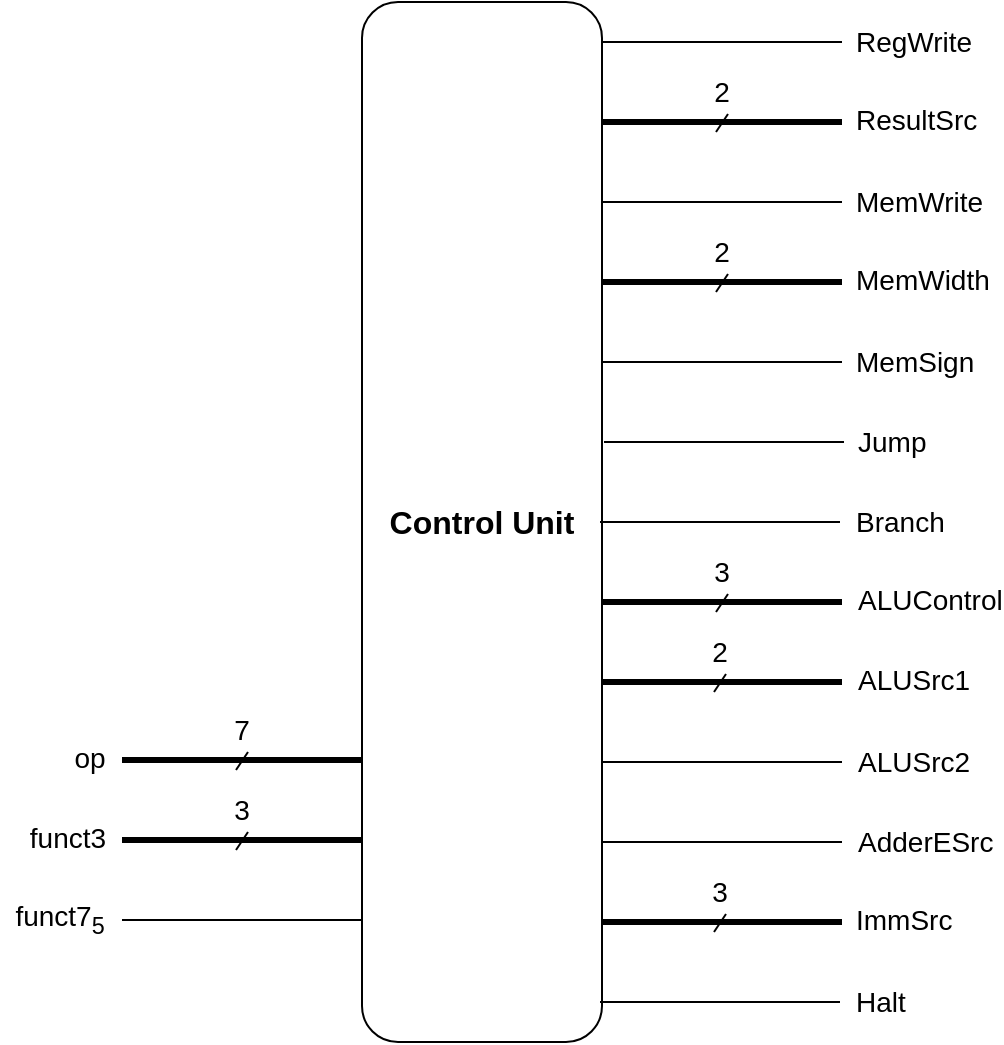
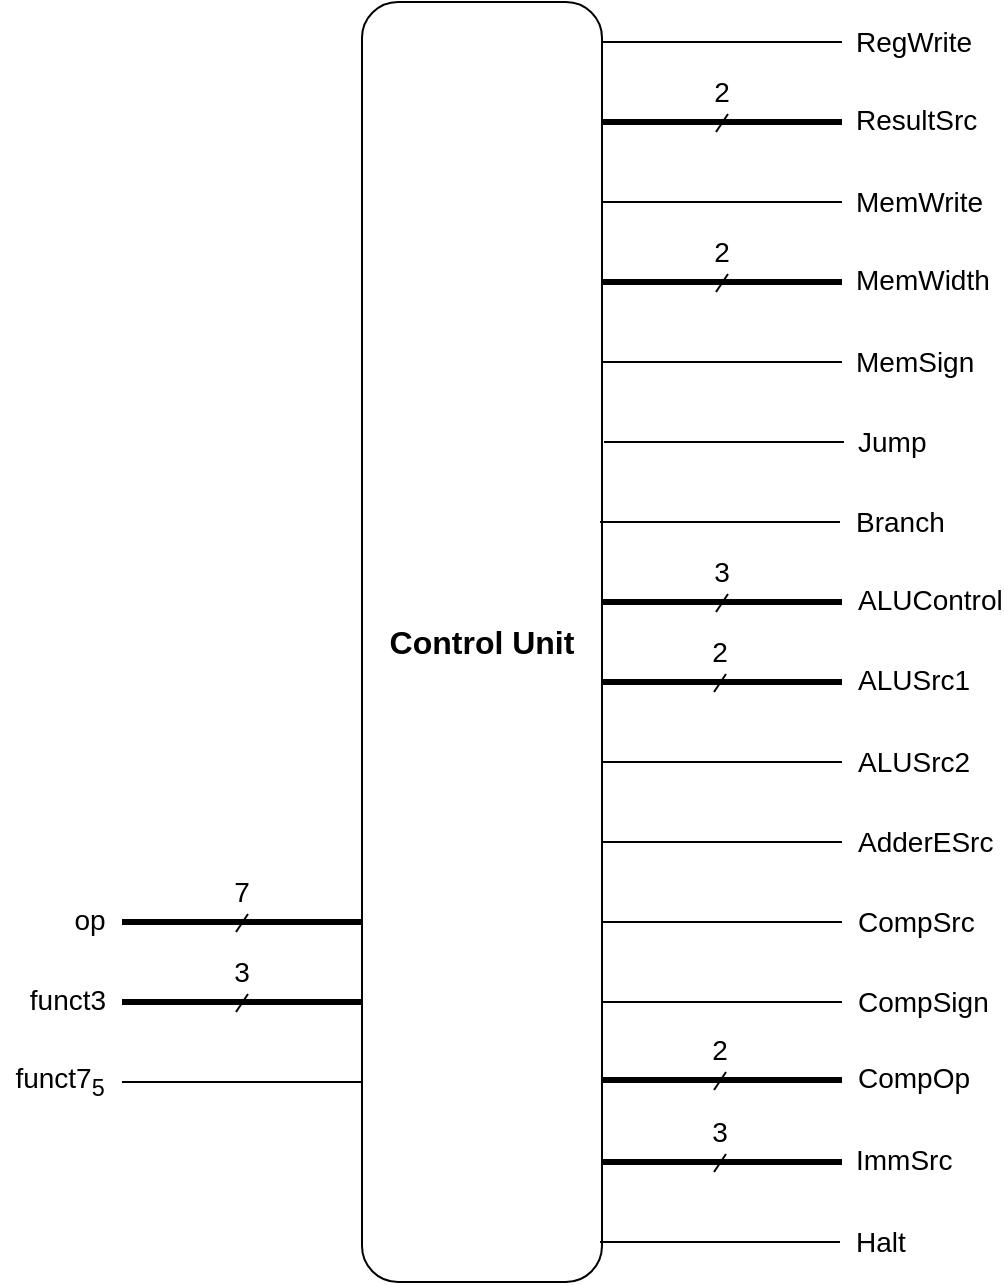
<mxfile host="app.diagrams.net">
  <diagram name="Page-1" id="-NnfKiJvbPKrT3zgwIyx">
    <mxGraphModel dx="1178" dy="720" grid="1" gridSize="10" guides="1" tooltips="1" connect="1" arrows="1" fold="1" page="1" pageScale="1" pageWidth="850" pageHeight="1100" math="0" shadow="0">
      <root>
        <mxCell id="0" />
        <mxCell id="1" parent="0" />
        <mxCell id="krjnHVCNeh8fbVdGnYjQ-1" parent="1" style="rounded=1;whiteSpace=wrap;html=1;" value="&lt;font style=&quot;font-size: 16px;&quot;&gt;&lt;b&gt;Control Unit&lt;/b&gt;&lt;/font&gt;" vertex="1">
-           <mxGeometry height="520" width="120" x="340" y="20" as="geometry" />
+           <mxGeometry height="640" width="120" x="340" y="20" as="geometry" />
        </mxCell>
        <mxCell id="krjnHVCNeh8fbVdGnYjQ-13" connectable="0" parent="1" style="group" value="" vertex="1">
-           <mxGeometry height="44" width="140" x="170" y="369" as="geometry" />
+           <mxGeometry height="44" width="140" x="170" y="450" as="geometry" />
        </mxCell>
        <mxCell id="krjnHVCNeh8fbVdGnYjQ-2" edge="1" parent="krjnHVCNeh8fbVdGnYjQ-13" style="endArrow=none;html=1;rounded=0;strokeWidth=3;" value="">
          <mxGeometry height="50" relative="1" width="50" as="geometry">
            <mxPoint x="50" y="30" as="sourcePoint" />
            <mxPoint x="170" y="30" as="targetPoint" />
          </mxGeometry>
        </mxCell>
        <mxCell id="krjnHVCNeh8fbVdGnYjQ-5" parent="krjnHVCNeh8fbVdGnYjQ-13" style="text;html=1;whiteSpace=wrap;strokeColor=none;fillColor=none;align=center;verticalAlign=middle;rounded=0;fontSize=14;" value="&lt;font&gt;op&lt;/font&gt;" vertex="1">
          <mxGeometry height="30" width="60" x="4" y="14" as="geometry" />
        </mxCell>
        <mxCell id="krjnHVCNeh8fbVdGnYjQ-7" parent="krjnHVCNeh8fbVdGnYjQ-13" style="text;html=1;whiteSpace=wrap;strokeColor=none;fillColor=none;align=center;verticalAlign=middle;rounded=0;" value="&lt;font style=&quot;font-size: 14px;&quot;&gt;7&lt;/font&gt;" vertex="1">
          <mxGeometry height="30" width="60" x="80" as="geometry" />
        </mxCell>
        <mxCell id="krjnHVCNeh8fbVdGnYjQ-10" edge="1" parent="krjnHVCNeh8fbVdGnYjQ-13" style="endArrow=none;html=1;rounded=0;strokeWidth=1;" value="">
          <mxGeometry height="50" relative="1" width="50" as="geometry">
            <mxPoint x="107" y="35" as="sourcePoint" />
            <mxPoint x="113" y="26" as="targetPoint" />
          </mxGeometry>
        </mxCell>
        <mxCell id="krjnHVCNeh8fbVdGnYjQ-14" connectable="0" parent="1" style="group" value="" vertex="1">
-           <mxGeometry height="44" width="140" x="170" y="409" as="geometry" />
+           <mxGeometry height="44" width="140" x="170" y="490" as="geometry" />
        </mxCell>
        <mxCell id="krjnHVCNeh8fbVdGnYjQ-15" edge="1" parent="krjnHVCNeh8fbVdGnYjQ-14" style="endArrow=none;html=1;rounded=0;strokeWidth=3;" value="">
          <mxGeometry height="50" relative="1" width="50" as="geometry">
            <mxPoint x="50" y="30" as="sourcePoint" />
            <mxPoint x="170" y="30" as="targetPoint" />
          </mxGeometry>
        </mxCell>
        <mxCell id="krjnHVCNeh8fbVdGnYjQ-16" parent="krjnHVCNeh8fbVdGnYjQ-14" style="text;html=1;whiteSpace=wrap;strokeColor=none;fillColor=none;align=center;verticalAlign=middle;rounded=0;fontSize=14;" value="&lt;font&gt;funct3&lt;/font&gt;" vertex="1">
          <mxGeometry height="30" width="60" x="-7" y="14" as="geometry" />
        </mxCell>
        <mxCell id="krjnHVCNeh8fbVdGnYjQ-17" parent="krjnHVCNeh8fbVdGnYjQ-14" style="text;html=1;whiteSpace=wrap;strokeColor=none;fillColor=none;align=center;verticalAlign=middle;rounded=0;" value="&lt;font style=&quot;font-size: 14px;&quot;&gt;3&lt;/font&gt;" vertex="1">
          <mxGeometry height="30" width="60" x="80" as="geometry" />
        </mxCell>
        <mxCell id="krjnHVCNeh8fbVdGnYjQ-18" edge="1" parent="krjnHVCNeh8fbVdGnYjQ-14" style="endArrow=none;html=1;rounded=0;strokeWidth=1;" value="">
          <mxGeometry height="50" relative="1" width="50" as="geometry">
            <mxPoint x="107" y="35" as="sourcePoint" />
            <mxPoint x="113" y="26" as="targetPoint" />
          </mxGeometry>
        </mxCell>
        <mxCell id="krjnHVCNeh8fbVdGnYjQ-19" connectable="0" parent="1" style="group" value="" vertex="1">
-           <mxGeometry height="44" width="140" x="170" y="449" as="geometry" />
+           <mxGeometry height="44" width="140" x="170" y="530" as="geometry" />
        </mxCell>
        <mxCell id="krjnHVCNeh8fbVdGnYjQ-20" edge="1" parent="krjnHVCNeh8fbVdGnYjQ-19" style="endArrow=none;html=1;rounded=0;strokeWidth=1;" value="">
          <mxGeometry height="50" relative="1" width="50" as="geometry">
            <mxPoint x="50" y="30" as="sourcePoint" />
            <mxPoint x="170" y="30" as="targetPoint" />
          </mxGeometry>
        </mxCell>
        <mxCell id="krjnHVCNeh8fbVdGnYjQ-21" parent="krjnHVCNeh8fbVdGnYjQ-19" style="text;html=1;whiteSpace=wrap;strokeColor=none;fillColor=none;align=center;verticalAlign=middle;rounded=0;fontSize=14;" value="&lt;font&gt;funct7&lt;sub&gt;5&lt;/sub&gt;&lt;/font&gt;" vertex="1">
          <mxGeometry height="30" width="60" x="-11" y="14" as="geometry" />
        </mxCell>
        <mxCell id="krjnHVCNeh8fbVdGnYjQ-29" parent="1" style="text;html=1;whiteSpace=wrap;strokeColor=none;fillColor=none;align=left;verticalAlign=middle;rounded=0;fontSize=14;" value="&lt;font&gt;ResultSrc&lt;/font&gt;" vertex="1">
          <mxGeometry height="30" width="60" x="585" y="64" as="geometry" />
        </mxCell>
        <mxCell id="krjnHVCNeh8fbVdGnYjQ-32" connectable="0" parent="1" style="group" value="" vertex="1">
          <mxGeometry height="30" width="60" x="490" y="50" as="geometry" />
        </mxCell>
        <mxCell id="krjnHVCNeh8fbVdGnYjQ-28" edge="1" parent="krjnHVCNeh8fbVdGnYjQ-32" style="endArrow=none;html=1;rounded=0;strokeWidth=3;" value="">
          <mxGeometry height="50" relative="1" width="50" as="geometry">
            <mxPoint x="-30" y="30" as="sourcePoint" />
            <mxPoint x="90" y="30" as="targetPoint" />
          </mxGeometry>
        </mxCell>
        <mxCell id="krjnHVCNeh8fbVdGnYjQ-30" parent="krjnHVCNeh8fbVdGnYjQ-32" style="text;html=1;whiteSpace=wrap;strokeColor=none;fillColor=none;align=center;verticalAlign=middle;rounded=0;" value="&lt;font style=&quot;font-size: 14px;&quot;&gt;2&lt;/font&gt;" vertex="1">
          <mxGeometry height="30" width="60" as="geometry" />
        </mxCell>
        <mxCell id="krjnHVCNeh8fbVdGnYjQ-31" edge="1" parent="krjnHVCNeh8fbVdGnYjQ-32" style="endArrow=none;html=1;rounded=0;strokeWidth=1;" value="">
          <mxGeometry height="50" relative="1" width="50" as="geometry">
            <mxPoint x="27" y="35" as="sourcePoint" />
            <mxPoint x="33" y="26" as="targetPoint" />
          </mxGeometry>
        </mxCell>
        <mxCell id="krjnHVCNeh8fbVdGnYjQ-34" connectable="0" parent="1" style="group" value="" vertex="1">
          <mxGeometry height="30" width="60" x="586" y="25" as="geometry" />
        </mxCell>
        <mxCell id="krjnHVCNeh8fbVdGnYjQ-25" edge="1" parent="krjnHVCNeh8fbVdGnYjQ-34" style="endArrow=none;html=1;rounded=0;strokeWidth=1;" value="">
          <mxGeometry height="50" relative="1" width="50" as="geometry">
            <mxPoint x="-126" y="15" as="sourcePoint" />
            <mxPoint x="-6" y="15" as="targetPoint" />
          </mxGeometry>
        </mxCell>
        <mxCell id="krjnHVCNeh8fbVdGnYjQ-26" parent="krjnHVCNeh8fbVdGnYjQ-34" style="text;html=1;whiteSpace=wrap;strokeColor=none;fillColor=none;align=center;verticalAlign=middle;rounded=0;fontSize=14;" value="RegWrite" vertex="1">
          <mxGeometry height="30" width="60" as="geometry" />
        </mxCell>
        <mxCell id="krjnHVCNeh8fbVdGnYjQ-35" connectable="0" parent="1" style="group;align=left;" value="" vertex="1">
          <mxGeometry height="30" width="60" x="585" y="105" as="geometry" />
        </mxCell>
        <mxCell id="krjnHVCNeh8fbVdGnYjQ-36" edge="1" parent="krjnHVCNeh8fbVdGnYjQ-35" style="endArrow=none;html=1;rounded=0;strokeWidth=1;" value="">
          <mxGeometry height="50" relative="1" width="50" as="geometry">
            <mxPoint x="-125" y="15" as="sourcePoint" />
            <mxPoint x="-5" y="15" as="targetPoint" />
          </mxGeometry>
        </mxCell>
        <mxCell id="krjnHVCNeh8fbVdGnYjQ-37" parent="krjnHVCNeh8fbVdGnYjQ-35" style="text;html=1;whiteSpace=wrap;strokeColor=none;fillColor=none;align=left;verticalAlign=middle;rounded=0;fontSize=14;" value="MemWrite" vertex="1">
          <mxGeometry height="30" width="60" as="geometry" />
        </mxCell>
        <mxCell id="krjnHVCNeh8fbVdGnYjQ-38" connectable="0" parent="1" style="group;align=left;" value="" vertex="1">
          <mxGeometry height="30" width="60" x="587" y="225" as="geometry" />
        </mxCell>
        <mxCell id="krjnHVCNeh8fbVdGnYjQ-39" edge="1" parent="krjnHVCNeh8fbVdGnYjQ-38" style="endArrow=none;html=1;rounded=0;strokeWidth=1;" value="">
          <mxGeometry height="50" relative="1" width="50" as="geometry">
            <mxPoint x="-126" y="15" as="sourcePoint" />
            <mxPoint x="-6" y="15" as="targetPoint" />
          </mxGeometry>
        </mxCell>
        <mxCell id="krjnHVCNeh8fbVdGnYjQ-40" parent="krjnHVCNeh8fbVdGnYjQ-38" style="text;html=1;whiteSpace=wrap;strokeColor=none;fillColor=none;align=left;verticalAlign=middle;rounded=0;fontSize=14;" value="Jump" vertex="1">
          <mxGeometry height="30" width="60" x="-1" as="geometry" />
        </mxCell>
        <mxCell id="krjnHVCNeh8fbVdGnYjQ-41" connectable="0" parent="1" style="group;align=left;" value="" vertex="1">
          <mxGeometry height="30" width="60" x="585" y="265" as="geometry" />
        </mxCell>
        <mxCell id="krjnHVCNeh8fbVdGnYjQ-42" edge="1" parent="krjnHVCNeh8fbVdGnYjQ-41" style="endArrow=none;html=1;rounded=0;strokeWidth=1;" value="">
          <mxGeometry height="50" relative="1" width="50" as="geometry">
            <mxPoint x="-126" y="15" as="sourcePoint" />
            <mxPoint x="-6" y="15" as="targetPoint" />
          </mxGeometry>
        </mxCell>
        <mxCell id="krjnHVCNeh8fbVdGnYjQ-43" parent="krjnHVCNeh8fbVdGnYjQ-41" style="text;html=1;whiteSpace=wrap;strokeColor=none;fillColor=none;align=left;verticalAlign=middle;rounded=0;fontSize=14;" value="Branch" vertex="1">
          <mxGeometry height="30" width="60" as="geometry" />
        </mxCell>
        <mxCell id="krjnHVCNeh8fbVdGnYjQ-47" parent="1" style="text;html=1;whiteSpace=wrap;strokeColor=none;fillColor=none;align=left;verticalAlign=middle;rounded=0;fontSize=14;" value="&lt;font&gt;ALUControl&lt;/font&gt;" vertex="1">
          <mxGeometry height="30" width="60" x="586" y="304" as="geometry" />
        </mxCell>
        <mxCell id="krjnHVCNeh8fbVdGnYjQ-48" connectable="0" parent="1" style="group" value="" vertex="1">
          <mxGeometry height="30" width="60" x="490" y="290" as="geometry" />
        </mxCell>
        <mxCell id="krjnHVCNeh8fbVdGnYjQ-49" edge="1" parent="krjnHVCNeh8fbVdGnYjQ-48" style="endArrow=none;html=1;rounded=0;strokeWidth=3;" value="">
          <mxGeometry height="50" relative="1" width="50" as="geometry">
            <mxPoint x="-30" y="30" as="sourcePoint" />
            <mxPoint x="90" y="30" as="targetPoint" />
          </mxGeometry>
        </mxCell>
        <mxCell id="krjnHVCNeh8fbVdGnYjQ-50" parent="krjnHVCNeh8fbVdGnYjQ-48" style="text;html=1;whiteSpace=wrap;strokeColor=none;fillColor=none;align=center;verticalAlign=middle;rounded=0;" value="&lt;font style=&quot;font-size: 14px;&quot;&gt;3&lt;/font&gt;" vertex="1">
          <mxGeometry height="30" width="60" as="geometry" />
        </mxCell>
        <mxCell id="krjnHVCNeh8fbVdGnYjQ-51" edge="1" parent="krjnHVCNeh8fbVdGnYjQ-48" style="endArrow=none;html=1;rounded=0;strokeWidth=1;" value="">
          <mxGeometry height="50" relative="1" width="50" as="geometry">
            <mxPoint x="27" y="35" as="sourcePoint" />
            <mxPoint x="33" y="26" as="targetPoint" />
          </mxGeometry>
        </mxCell>
        <mxCell id="krjnHVCNeh8fbVdGnYjQ-55" connectable="0" parent="1" style="group;align=left;" value="" vertex="1">
          <mxGeometry height="30" width="60" x="586" y="385" as="geometry" />
        </mxCell>
        <mxCell id="krjnHVCNeh8fbVdGnYjQ-56" edge="1" parent="krjnHVCNeh8fbVdGnYjQ-55" style="endArrow=none;html=1;rounded=0;strokeWidth=1;" value="">
          <mxGeometry height="50" relative="1" width="50" as="geometry">
            <mxPoint x="-126" y="15" as="sourcePoint" />
            <mxPoint x="-6" y="15" as="targetPoint" />
          </mxGeometry>
        </mxCell>
        <mxCell id="krjnHVCNeh8fbVdGnYjQ-57" parent="krjnHVCNeh8fbVdGnYjQ-55" style="text;html=1;whiteSpace=wrap;strokeColor=none;fillColor=none;align=left;verticalAlign=middle;rounded=0;fontSize=14;" value="ALUSrc2" vertex="1">
          <mxGeometry height="30" width="60" as="geometry" />
        </mxCell>
        <mxCell id="krjnHVCNeh8fbVdGnYjQ-61" parent="1" style="text;html=1;whiteSpace=wrap;strokeColor=none;fillColor=none;align=left;verticalAlign=middle;rounded=0;fontSize=14;" value="&lt;font&gt;ImmSrc&lt;/font&gt;" vertex="1">
-           <mxGeometry height="30" width="60" x="585" y="464" as="geometry" />
+           <mxGeometry height="30" width="60" x="585" y="584" as="geometry" />
        </mxCell>
        <mxCell id="krjnHVCNeh8fbVdGnYjQ-62" connectable="0" parent="1" style="group" value="" vertex="1">
-           <mxGeometry height="30" width="60" x="489" y="450" as="geometry" />
+           <mxGeometry height="30" width="60" x="489" y="570" as="geometry" />
        </mxCell>
        <mxCell id="krjnHVCNeh8fbVdGnYjQ-63" edge="1" parent="krjnHVCNeh8fbVdGnYjQ-62" style="endArrow=none;html=1;rounded=0;strokeWidth=3;" value="">
          <mxGeometry height="50" relative="1" width="50" as="geometry">
            <mxPoint x="-29" y="30" as="sourcePoint" />
            <mxPoint x="91" y="30" as="targetPoint" />
          </mxGeometry>
        </mxCell>
        <mxCell id="krjnHVCNeh8fbVdGnYjQ-64" parent="krjnHVCNeh8fbVdGnYjQ-62" style="text;html=1;whiteSpace=wrap;strokeColor=none;fillColor=none;align=center;verticalAlign=middle;rounded=0;" value="&lt;font style=&quot;font-size: 14px;&quot;&gt;3&lt;/font&gt;" vertex="1">
          <mxGeometry height="30" width="60" as="geometry" />
        </mxCell>
        <mxCell id="krjnHVCNeh8fbVdGnYjQ-65" edge="1" parent="krjnHVCNeh8fbVdGnYjQ-62" style="endArrow=none;html=1;rounded=0;strokeWidth=1;" value="">
          <mxGeometry height="50" relative="1" width="50" as="geometry">
            <mxPoint x="27" y="35" as="sourcePoint" />
            <mxPoint x="33" y="26" as="targetPoint" />
          </mxGeometry>
        </mxCell>
        <mxCell id="krjnHVCNeh8fbVdGnYjQ-70" parent="1" style="text;html=1;whiteSpace=wrap;strokeColor=none;fillColor=none;align=left;verticalAlign=middle;rounded=0;fontSize=14;" value="&lt;font&gt;ALUSrc1&lt;/font&gt;" vertex="1">
          <mxGeometry height="30" width="60" x="586" y="344" as="geometry" />
        </mxCell>
        <mxCell id="krjnHVCNeh8fbVdGnYjQ-71" edge="1" parent="1" style="endArrow=none;html=1;rounded=0;strokeWidth=3;" value="">
          <mxGeometry height="50" relative="1" width="50" as="geometry">
            <mxPoint x="460" y="360" as="sourcePoint" />
            <mxPoint x="580" y="360" as="targetPoint" />
          </mxGeometry>
        </mxCell>
        <mxCell id="krjnHVCNeh8fbVdGnYjQ-72" parent="1" style="text;html=1;whiteSpace=wrap;strokeColor=none;fillColor=none;align=center;verticalAlign=middle;rounded=0;" value="&lt;font style=&quot;font-size: 14px;&quot;&gt;2&lt;/font&gt;" vertex="1">
          <mxGeometry height="30" width="60" x="489" y="330" as="geometry" />
        </mxCell>
        <mxCell id="krjnHVCNeh8fbVdGnYjQ-73" edge="1" parent="1" style="endArrow=none;html=1;rounded=0;strokeWidth=1;" value="">
          <mxGeometry height="50" relative="1" width="50" as="geometry">
            <mxPoint x="516" y="365" as="sourcePoint" />
            <mxPoint x="522" y="356" as="targetPoint" />
          </mxGeometry>
        </mxCell>
        <mxCell id="krjnHVCNeh8fbVdGnYjQ-74" parent="1" style="text;html=1;whiteSpace=wrap;strokeColor=none;fillColor=none;align=left;verticalAlign=middle;rounded=0;fontSize=14;" value="&lt;font&gt;MemWidth&lt;/font&gt;" vertex="1">
          <mxGeometry height="30" width="60" x="585" y="144" as="geometry" />
        </mxCell>
        <mxCell id="krjnHVCNeh8fbVdGnYjQ-75" edge="1" parent="1" style="endArrow=none;html=1;rounded=0;strokeWidth=3;" value="">
          <mxGeometry height="50" relative="1" width="50" as="geometry">
            <mxPoint x="460" y="160" as="sourcePoint" />
            <mxPoint x="580" y="160" as="targetPoint" />
          </mxGeometry>
        </mxCell>
        <mxCell id="krjnHVCNeh8fbVdGnYjQ-76" parent="1" style="text;html=1;whiteSpace=wrap;strokeColor=none;fillColor=none;align=center;verticalAlign=middle;rounded=0;" value="&lt;font style=&quot;font-size: 14px;&quot;&gt;2&lt;/font&gt;" vertex="1">
          <mxGeometry height="30" width="60" x="490" y="130" as="geometry" />
        </mxCell>
        <mxCell id="krjnHVCNeh8fbVdGnYjQ-77" edge="1" parent="1" style="endArrow=none;html=1;rounded=0;strokeWidth=1;" value="">
          <mxGeometry height="50" relative="1" width="50" as="geometry">
            <mxPoint x="517" y="165" as="sourcePoint" />
            <mxPoint x="523" y="156" as="targetPoint" />
          </mxGeometry>
        </mxCell>
        <mxCell id="krjnHVCNeh8fbVdGnYjQ-78" edge="1" parent="1" style="endArrow=none;html=1;rounded=0;strokeWidth=1;" value="">
          <mxGeometry height="50" relative="1" width="50" as="geometry">
            <mxPoint x="460" y="200" as="sourcePoint" />
            <mxPoint x="580" y="200" as="targetPoint" />
          </mxGeometry>
        </mxCell>
        <mxCell id="krjnHVCNeh8fbVdGnYjQ-79" parent="1" style="text;html=1;whiteSpace=wrap;strokeColor=none;fillColor=none;align=left;verticalAlign=middle;rounded=0;fontSize=14;" value="MemSign" vertex="1">
          <mxGeometry height="30" width="60" x="585" y="185" as="geometry" />
        </mxCell>
        <mxCell id="fiZJFAmGPDKiaymbVv1n-1" connectable="0" parent="1" style="group;align=left;" value="" vertex="1">
          <mxGeometry height="30" width="60" x="586" y="425" as="geometry" />
        </mxCell>
        <mxCell id="fiZJFAmGPDKiaymbVv1n-2" edge="1" parent="fiZJFAmGPDKiaymbVv1n-1" style="endArrow=none;html=1;rounded=0;strokeWidth=1;" value="">
          <mxGeometry height="50" relative="1" width="50" as="geometry">
            <mxPoint x="-126" y="15" as="sourcePoint" />
            <mxPoint x="-6" y="15" as="targetPoint" />
          </mxGeometry>
        </mxCell>
        <mxCell id="fiZJFAmGPDKiaymbVv1n-3" parent="fiZJFAmGPDKiaymbVv1n-1" style="text;html=1;whiteSpace=wrap;strokeColor=none;fillColor=none;align=left;verticalAlign=middle;rounded=0;fontSize=14;" value="AdderESrc" vertex="1">
          <mxGeometry height="30" width="60" as="geometry" />
        </mxCell>
        <mxCell id="vTUdIyTPz3g3sQlm9xod-1" connectable="0" parent="1" style="group;align=left;" value="" vertex="1">
-           <mxGeometry height="30" width="60" x="585" y="505" as="geometry" />
+           <mxGeometry height="30" width="60" x="585" y="625" as="geometry" />
        </mxCell>
        <mxCell id="vTUdIyTPz3g3sQlm9xod-2" edge="1" parent="vTUdIyTPz3g3sQlm9xod-1" style="endArrow=none;html=1;rounded=0;strokeWidth=1;" value="">
          <mxGeometry height="50" relative="1" width="50" as="geometry">
            <mxPoint x="-126" y="15" as="sourcePoint" />
            <mxPoint x="-6" y="15" as="targetPoint" />
          </mxGeometry>
        </mxCell>
        <mxCell id="vTUdIyTPz3g3sQlm9xod-3" parent="vTUdIyTPz3g3sQlm9xod-1" style="text;html=1;whiteSpace=wrap;strokeColor=none;fillColor=none;align=left;verticalAlign=middle;rounded=0;fontSize=14;" value="Halt" vertex="1">
          <mxGeometry height="30" width="60" as="geometry" />
+         </mxCell>
+         <mxCell id="-e7j5YkJrqYTkYXbEAWm-1" connectable="0" parent="1" style="group;align=left;" value="" vertex="1">
+           <mxGeometry height="30" width="60" x="586" y="465" as="geometry" />
+         </mxCell>
+         <mxCell id="-e7j5YkJrqYTkYXbEAWm-2" edge="1" parent="-e7j5YkJrqYTkYXbEAWm-1" style="endArrow=none;html=1;rounded=0;strokeWidth=1;" value="">
+           <mxGeometry height="50" relative="1" width="50" as="geometry">
+             <mxPoint x="-126" y="15" as="sourcePoint" />
+             <mxPoint x="-6" y="15" as="targetPoint" />
+           </mxGeometry>
+         </mxCell>
+         <mxCell id="-e7j5YkJrqYTkYXbEAWm-3" parent="-e7j5YkJrqYTkYXbEAWm-1" style="text;html=1;whiteSpace=wrap;strokeColor=none;fillColor=none;align=left;verticalAlign=middle;rounded=0;fontSize=14;" value="CompSrc" vertex="1">
+           <mxGeometry height="30" width="60" as="geometry" />
+         </mxCell>
+         <mxCell id="-e7j5YkJrqYTkYXbEAWm-4" connectable="0" parent="1" style="group;align=left;" value="" vertex="1">
+           <mxGeometry height="30" width="60" x="586" y="505" as="geometry" />
+         </mxCell>
+         <mxCell id="-e7j5YkJrqYTkYXbEAWm-5" edge="1" parent="-e7j5YkJrqYTkYXbEAWm-4" style="endArrow=none;html=1;rounded=0;strokeWidth=1;" value="">
+           <mxGeometry height="50" relative="1" width="50" as="geometry">
+             <mxPoint x="-126" y="15" as="sourcePoint" />
+             <mxPoint x="-6" y="15" as="targetPoint" />
+           </mxGeometry>
+         </mxCell>
+         <mxCell id="-e7j5YkJrqYTkYXbEAWm-6" parent="-e7j5YkJrqYTkYXbEAWm-4" style="text;html=1;whiteSpace=wrap;strokeColor=none;fillColor=none;align=left;verticalAlign=middle;rounded=0;fontSize=14;" value="CompSign" vertex="1">
+           <mxGeometry height="30" width="60" as="geometry" />
+         </mxCell>
+         <mxCell id="-e7j5YkJrqYTkYXbEAWm-7" parent="1" style="text;html=1;whiteSpace=wrap;strokeColor=none;fillColor=none;align=left;verticalAlign=middle;rounded=0;fontSize=14;" value="&lt;font&gt;CompOp&lt;/font&gt;" vertex="1">
+           <mxGeometry height="30" width="60" x="586" y="543" as="geometry" />
+         </mxCell>
+         <mxCell id="-e7j5YkJrqYTkYXbEAWm-8" edge="1" parent="1" style="endArrow=none;html=1;rounded=0;strokeWidth=3;" value="">
+           <mxGeometry height="50" relative="1" width="50" as="geometry">
+             <mxPoint x="460" y="559" as="sourcePoint" />
+             <mxPoint x="580" y="559" as="targetPoint" />
+           </mxGeometry>
+         </mxCell>
+         <mxCell id="-e7j5YkJrqYTkYXbEAWm-9" parent="1" style="text;html=1;whiteSpace=wrap;strokeColor=none;fillColor=none;align=center;verticalAlign=middle;rounded=0;" value="&lt;font style=&quot;font-size: 14px;&quot;&gt;2&lt;/font&gt;" vertex="1">
+           <mxGeometry height="30" width="60" x="489" y="529" as="geometry" />
+         </mxCell>
+         <mxCell id="-e7j5YkJrqYTkYXbEAWm-10" edge="1" parent="1" style="endArrow=none;html=1;rounded=0;strokeWidth=1;" value="">
+           <mxGeometry height="50" relative="1" width="50" as="geometry">
+             <mxPoint x="516" y="564" as="sourcePoint" />
+             <mxPoint x="522" y="555" as="targetPoint" />
+           </mxGeometry>
        </mxCell>
      </root>
    </mxGraphModel>
  </diagram>
</mxfile>
